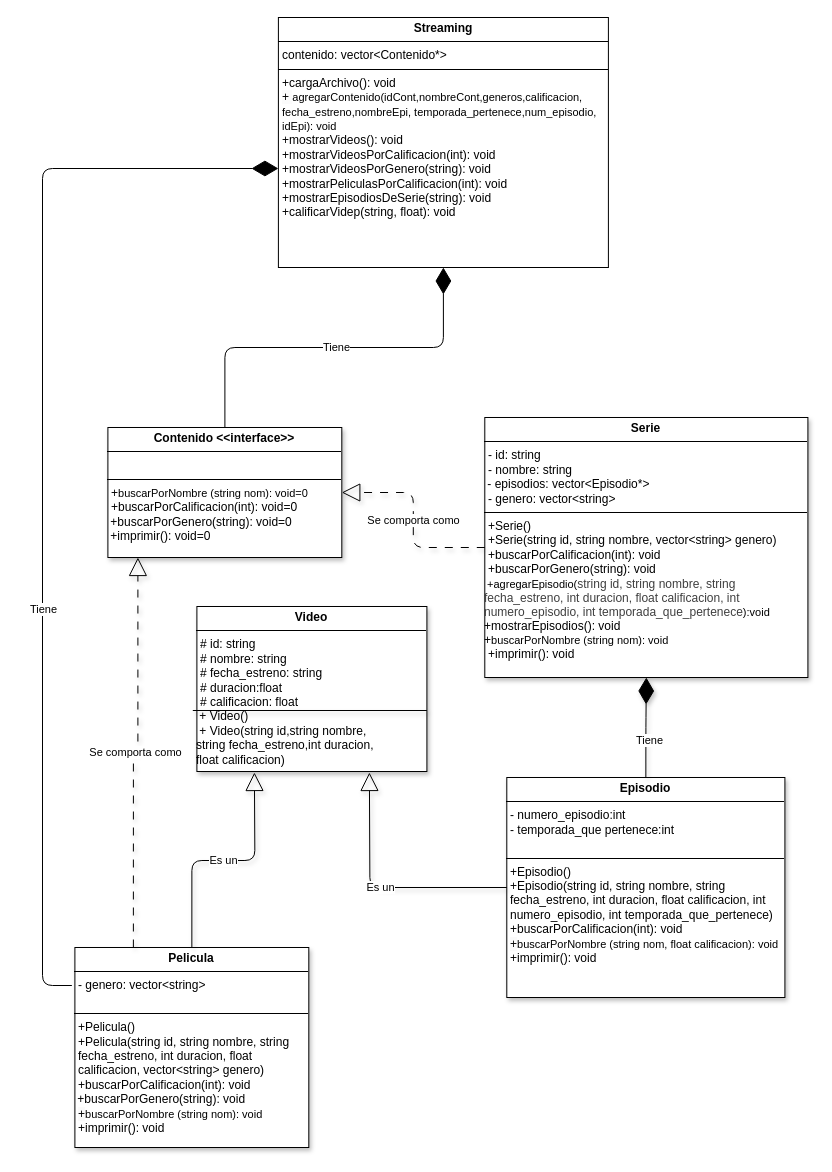
The draw.io diagram integrador-JuanManuelSanchezVelazquez-main/TerceraEntrega/version4.drawio in A01802469/Proyecto-POO, before the edit. Source tidied: cells renumbered, new cells numbered last; positions are measured from the earlier drawing's top-left corner, leaving out a move shared by most shapes. Both pictures are drawn from the tidied source at 100%, with x=0, y=0 at pixel (42, 17).
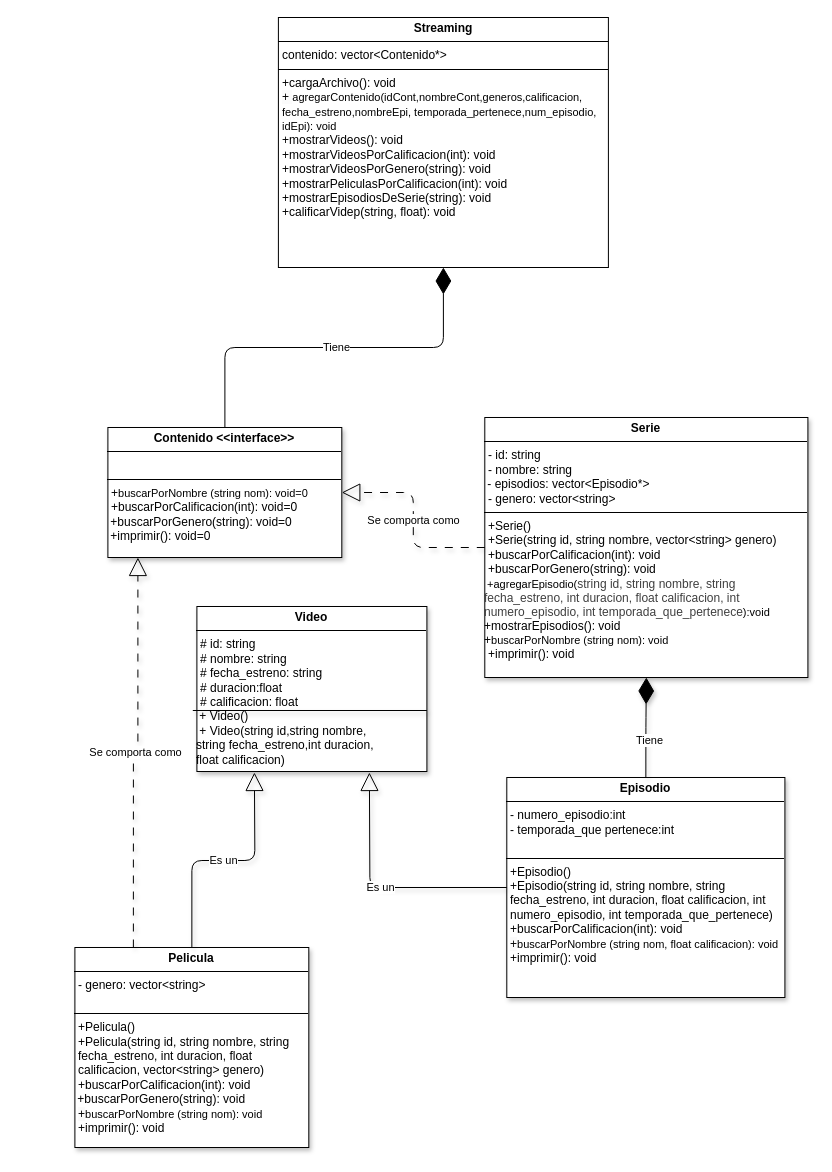
The same diagram, later.

Unchanged cells that the change refers to:
```xml
<mxCell id="4" value="&lt;p style=&quot;margin:0px;margin-top:4px;text-align:center;&quot;&gt;&lt;b&gt;Pelicula&lt;/b&gt;&lt;/p&gt;&lt;hr size=&quot;1&quot; style=&quot;border-style:solid;&quot;&gt;&lt;p style=&quot;margin: 0px 0px 0px 4px;&quot;&gt;- genero: vector&amp;lt;string&amp;gt;&lt;/p&gt;&lt;div&gt;&lt;br&gt;&lt;/div&gt;&lt;hr size=&quot;1&quot; style=&quot;border-style:solid;&quot;&gt;&lt;p style=&quot;margin:0px;margin-left:4px;&quot;&gt;&lt;span style=&quot;color: light-dark(rgb(0, 0, 0), rgb(255, 255, 255));&quot;&gt;&lt;/span&gt;&lt;/p&gt;&lt;p style=&quot;margin:0px;margin-left:4px;&quot;&gt;+Pelicula()&lt;/p&gt;&lt;p style=&quot;margin:0px;margin-left:4px;&quot;&gt;+Pelicula(string id, string nombre, string fecha_estreno, int duracion, float calificacion, vector&amp;lt;string&amp;gt; genero)&lt;/p&gt;&lt;p style=&quot;margin:0px;margin-left:4px;&quot;&gt;&lt;span style=&quot;color: light-dark(rgb(0, 0, 0), rgb(255, 255, 255));&quot;&gt;+buscarPorCalificacion(int): void&lt;/span&gt;&lt;/p&gt;&lt;div&gt;&amp;nbsp;+buscarPorGenero(string): void&lt;/div&gt;&lt;div&gt;&lt;p style=&quot;margin: 0px 0px 0px 4px;&quot;&gt;&lt;span style=&quot;-webkit-text-stroke-color: rgb(0, 0, 0); font-variant-numeric: normal; font-variant-east-asian: normal; font-variant-alternates: normal; font-variant-position: normal; font-variant-emoji: normal; font-size-adjust: none; font-optical-sizing: auto; font-feature-settings: normal; font-variation-settings: normal; font-stretch: normal; line-height: normal; font-kerning: none; background-color: rgb(250, 250, 250);&quot; class=&quot;s1&quot;&gt;+&lt;/span&gt;&lt;span style=&quot;font-size: 11px; -webkit-text-stroke-color: rgb(0, 0, 0); font-kerning: none;&quot; class=&quot;s2&quot;&gt;buscarPorNombre (string nom): void&lt;/span&gt;&lt;span style=&quot;background-color: transparent;&quot;&gt;&amp;nbsp;&lt;/span&gt;&lt;/p&gt;&lt;p style=&quot;margin: 0px 0px 0px 4px;&quot;&gt;&lt;span style=&quot;background-color: transparent;&quot;&gt;+imprimir(): void&lt;/span&gt;&lt;/p&gt;&lt;/div&gt;" style="verticalAlign=top;align=left;overflow=fill;html=1;whiteSpace=wrap;shadow=1;" parent="1" vertex="1">
  <mxGeometry x="32.4" y="930" width="233.9" height="200" as="geometry" />
</mxCell>
```

Diff of the diagram source:
```diff
@@
-    <mxCell id="6" style="endArrow=diamondThin;endFill=1;endSize=24;html=1;entryX=0.25;entryY=1;entryDx=0;entryDy=0;exitX=-0.013;exitY=0.19;exitDx=0;exitDy=0;edgeStyle=orthogonalEdgeStyle;exitPerimeter=0;fontFamily=Helvetica;" parent="1" edge="1" source="4">
-      <mxGeometry relative="1" as="geometry">
-        <mxPoint x="235.9" y="151" as="targetPoint" />
-        <Array as="points">
-          <mxPoint y="968" />
-          <mxPoint y="151" />
-        </Array>
-      </mxGeometry>
-    </mxCell>
-    <mxCell id="7" value="Tiene" style="edgeLabel;html=1;align=center;verticalAlign=middle;shadow=1;" parent="6" vertex="1">
-      <mxGeometry x="-0.25" relative="1" as="geometry" />
-    </mxCell>
```
